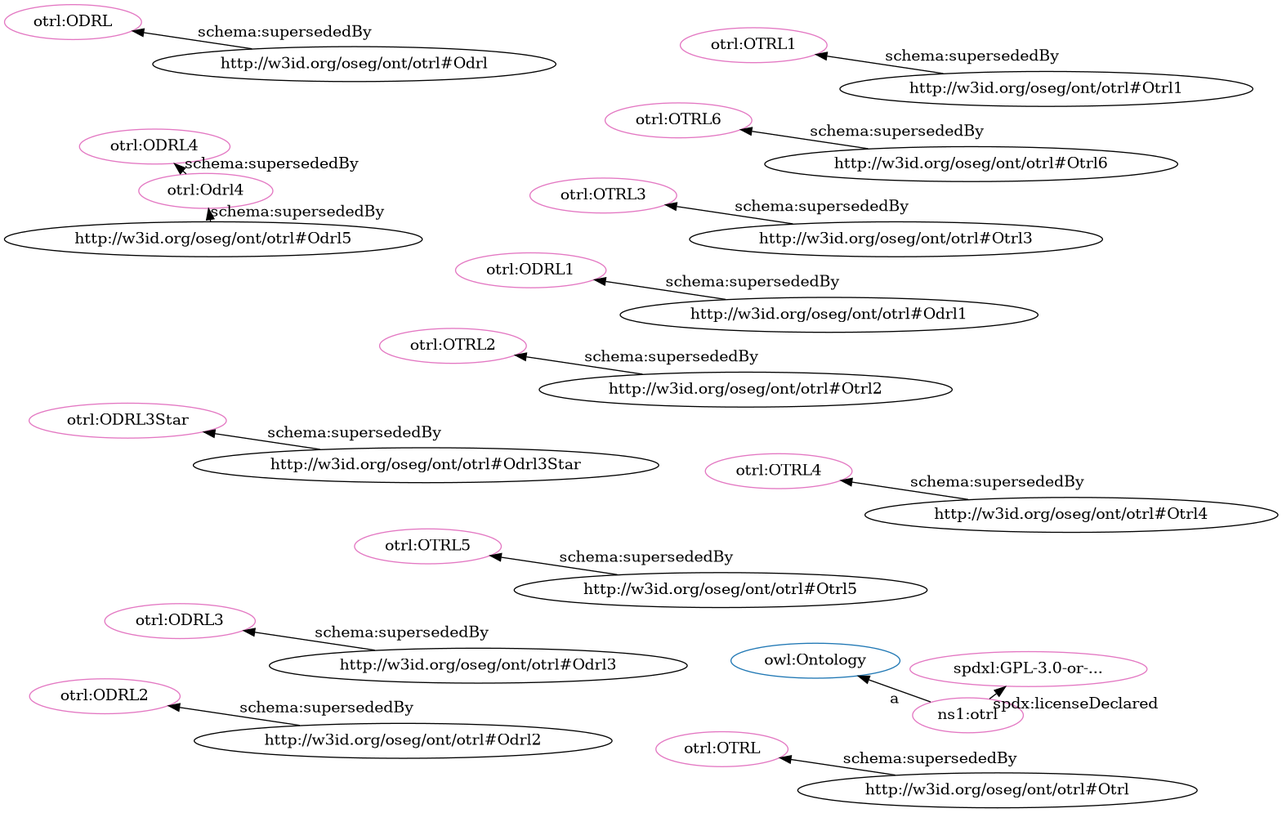
This is src/spec/fdp_otrl_deprecated.png from iop-alliance/OpenKnowHow, a Graphviz export, as it was before one commit. Its source is kept beside it as src/spec/fdp_otrl_deprecated.dot.
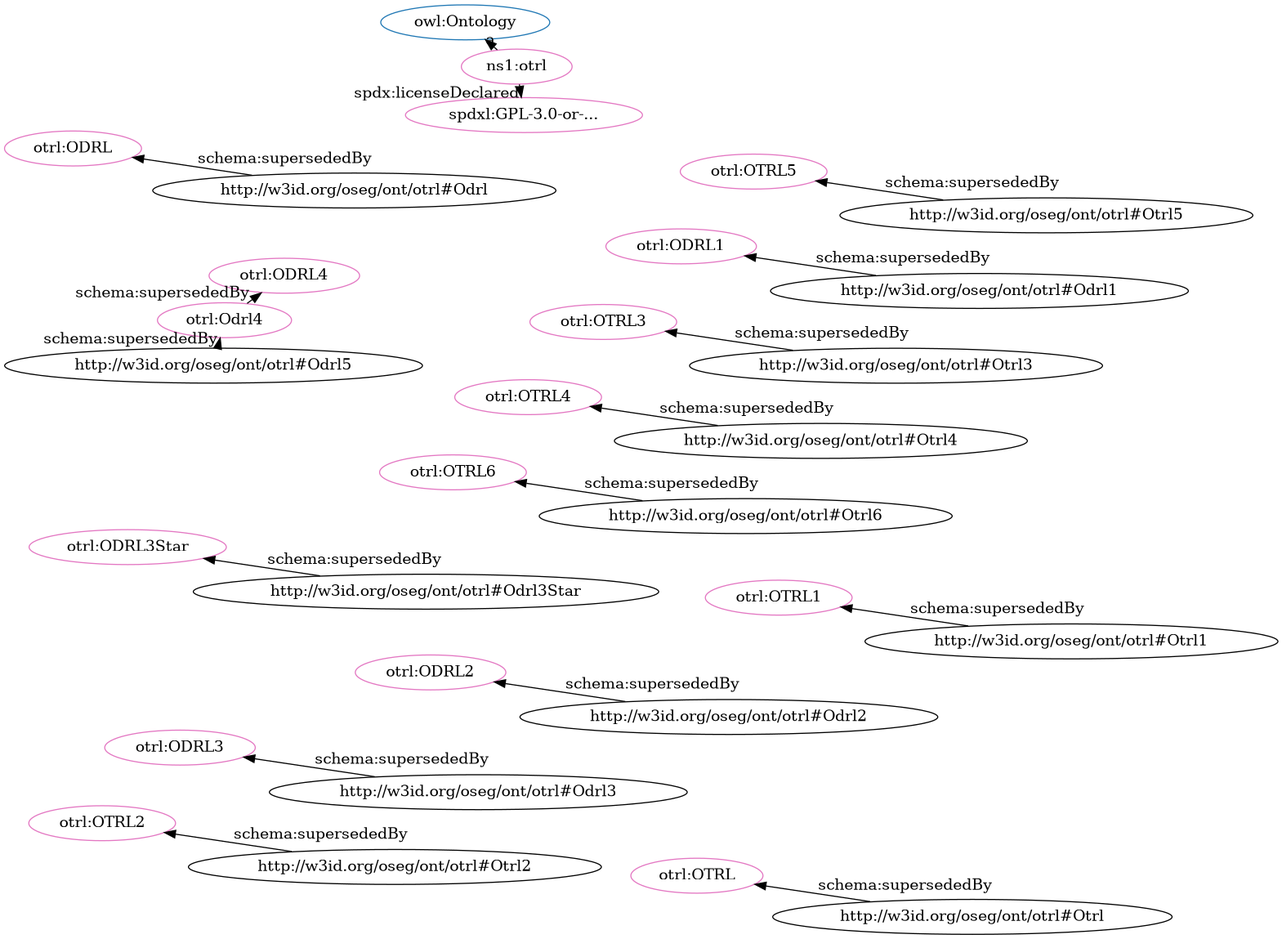
Above is the later version.

The edit, as a diff of the source:
```diff
@@ -2,36 +2,36 @@
   rankdir=BT
   node[height=.3]
 "http://www.w3.org/2002/07/owl#Ontology" [fillcolor="#1f77b4" color="#1f77b4" label="owl:Ontology"]
+"http://w3id.org/oseg/ont/otrl#ODRL3Star" [fillcolor="#e377c2" color="#e377c2" label="otrl:ODRL3Star"]
+"http://w3id.org/oseg/ont/otrl#OTRL6" [fillcolor="#e377c2" color="#e377c2" label="otrl:OTRL6"]
+"http://w3id.org/oseg/ont/otrl#OTRL4" [fillcolor="#e377c2" color="#e377c2" label="otrl:OTRL4"]
+"http://w3id.org/oseg/ont/otrl#ODRL2" [fillcolor="#e377c2" color="#e377c2" label="otrl:ODRL2"]
+"http://w3id.org/oseg/ont/otrl#Odrl4" [fillcolor="#e377c2" color="#e377c2" label="otrl:Odrl4"]
+"http://w3id.org/oseg/ont/otrl#ODRL4" [fillcolor="#e377c2" color="#e377c2" label="otrl:ODRL4"]
+"http://w3id.org/oseg/ont/otrl" [fillcolor="#e377c2" color="#e377c2" label="ns1:otrl"]
+"http://w3id.org/oseg/ont/otrl#OTRL3" [fillcolor="#e377c2" color="#e377c2" label="otrl:OTRL3"]
+"http://w3id.org/oseg/ont/otrl#ODRL1" [fillcolor="#e377c2" color="#e377c2" label="otrl:ODRL1"]
+"http://w3id.org/oseg/ont/otrl#ODRL3" [fillcolor="#e377c2" color="#e377c2" label="otrl:ODRL3"]
+"http://w3id.org/oseg/ont/otrl#OTRL5" [fillcolor="#e377c2" color="#e377c2" label="otrl:OTRL5"]
 "http://w3id.org/oseg/ont/otrl#OTRL" [fillcolor="#e377c2" color="#e377c2" label="otrl:OTRL"]
 "http://w3id.org/oseg/ont/otrl#OTRL2" [fillcolor="#e377c2" color="#e377c2" label="otrl:OTRL2"]
-"http://w3id.org/oseg/ont/otrl#ODRL1" [fillcolor="#e377c2" color="#e377c2" label="otrl:ODRL1"]
-"http://w3id.org/oseg/ont/otrl#OTRL5" [fillcolor="#e377c2" color="#e377c2" label="otrl:OTRL5"]
-"http://w3id.org/oseg/ont/otrl#OTRL3" [fillcolor="#e377c2" color="#e377c2" label="otrl:OTRL3"]
-"http://w3id.org/oseg/ont/otrl#ODRL3Star" [fillcolor="#e377c2" color="#e377c2" label="otrl:ODRL3Star"]
-"http://w3id.org/oseg/ont/otrl#OTRL6" [fillcolor="#e377c2" color="#e377c2" label="otrl:OTRL6"]
-"http://w3id.org/oseg/ont/otrl#ODRL3" [fillcolor="#e377c2" color="#e377c2" label="otrl:ODRL3"]
-"http://w3id.org/oseg/ont/otrl#ODRL4" [fillcolor="#e377c2" color="#e377c2" label="otrl:ODRL4"]
+"http://w3id.org/oseg/ont/otrl#ODRL" [fillcolor="#e377c2" color="#e377c2" label="otrl:ODRL"]
 "http://w3id.org/oseg/ont/otrl#OTRL1" [fillcolor="#e377c2" color="#e377c2" label="otrl:OTRL1"]
 "http://spdx.org/licenses/GPL-3.0-or-later" [fillcolor="#e377c2" color="#e377c2" label="spdxl:GPL-3.0-or-..."]
-"http://w3id.org/oseg/ont/otrl#Odrl4" [fillcolor="#e377c2" color="#e377c2" label="otrl:Odrl4"]
-"http://w3id.org/oseg/ont/otrl#ODRL2" [fillcolor="#e377c2" color="#e377c2" label="otrl:ODRL2"]
-"http://w3id.org/oseg/ont/otrl#OTRL4" [fillcolor="#e377c2" color="#e377c2" label="otrl:OTRL4"]
-"http://w3id.org/oseg/ont/otrl#ODRL" [fillcolor="#e377c2" color="#e377c2" label="otrl:ODRL"]
-"http://w3id.org/oseg/ont/otrl" [fillcolor="#e377c2" color="#e377c2" label="ns1:otrl"]
+  "http://w3id.org/oseg/ont/otrl#Odrl3Star" -> "http://w3id.org/oseg/ont/otrl#ODRL3Star" [label="schema:supersededBy"]
+  "http://w3id.org/oseg/ont/otrl#Otrl6" -> "http://w3id.org/oseg/ont/otrl#OTRL6" [label="schema:supersededBy"]
+  "http://w3id.org/oseg/ont/otrl#Otrl4" -> "http://w3id.org/oseg/ont/otrl#OTRL4" [label="schema:supersededBy"]
+  "http://w3id.org/oseg/ont/otrl#Odrl2" -> "http://w3id.org/oseg/ont/otrl#ODRL2" [label="schema:supersededBy"]
+  "http://w3id.org/oseg/ont/otrl#Odrl5" -> "http://w3id.org/oseg/ont/otrl#Odrl4" [label="schema:supersededBy"]
+  "http://w3id.org/oseg/ont/otrl#Odrl4" -> "http://w3id.org/oseg/ont/otrl#ODRL4" [label="schema:supersededBy"]
+  "http://w3id.org/oseg/ont/otrl" -> "http://www.w3.org/2002/07/owl#Ontology" [label="a"]
+  "http://w3id.org/oseg/ont/otrl#Otrl3" -> "http://w3id.org/oseg/ont/otrl#OTRL3" [label="schema:supersededBy"]
+  "http://w3id.org/oseg/ont/otrl#Odrl1" -> "http://w3id.org/oseg/ont/otrl#ODRL1" [label="schema:supersededBy"]
+  "http://w3id.org/oseg/ont/otrl#Odrl3" -> "http://w3id.org/oseg/ont/otrl#ODRL3" [label="schema:supersededBy"]
+  "http://w3id.org/oseg/ont/otrl#Otrl5" -> "http://w3id.org/oseg/ont/otrl#OTRL5" [label="schema:supersededBy"]
   "http://w3id.org/oseg/ont/otrl#Otrl" -> "http://w3id.org/oseg/ont/otrl#OTRL" [label="schema:supersededBy"]
   "http://w3id.org/oseg/ont/otrl#Otrl2" -> "http://w3id.org/oseg/ont/otrl#OTRL2" [label="schema:supersededBy"]
-  "http://w3id.org/oseg/ont/otrl#Odrl1" -> "http://w3id.org/oseg/ont/otrl#ODRL1" [label="schema:supersededBy"]
-  "http://w3id.org/oseg/ont/otrl#Otrl5" -> "http://w3id.org/oseg/ont/otrl#OTRL5" [label="schema:supersededBy"]
-  "http://w3id.org/oseg/ont/otrl#Otrl3" -> "http://w3id.org/oseg/ont/otrl#OTRL3" [label="schema:supersededBy"]
-  "http://w3id.org/oseg/ont/otrl#Otrl6" -> "http://w3id.org/oseg/ont/otrl#OTRL6" [label="schema:supersededBy"]
-  "http://w3id.org/oseg/ont/otrl" -> "http://www.w3.org/2002/07/owl#Ontology" [label="a"]
-  "http://w3id.org/oseg/ont/otrl#Odrl3" -> "http://w3id.org/oseg/ont/otrl#ODRL3" [label="schema:supersededBy"]
-  "http://w3id.org/oseg/ont/otrl#Odrl4" -> "http://w3id.org/oseg/ont/otrl#ODRL4" [label="schema:supersededBy"]
+  "http://w3id.org/oseg/ont/otrl#Odrl" -> "http://w3id.org/oseg/ont/otrl#ODRL" [label="schema:supersededBy"]
+  "http://w3id.org/oseg/ont/otrl#Otrl1" -> "http://w3id.org/oseg/ont/otrl#OTRL1" [label="schema:supersededBy"]
   "http://w3id.org/oseg/ont/otrl" -> "http://spdx.org/licenses/GPL-3.0-or-later" [label="spdx:licenseDeclared"]
-  "http://w3id.org/oseg/ont/otrl#Odrl5" -> "http://w3id.org/oseg/ont/otrl#Odrl4" [label="schema:supersededBy"]
-  "http://w3id.org/oseg/ont/otrl#Odrl2" -> "http://w3id.org/oseg/ont/otrl#ODRL2" [label="schema:supersededBy"]
-  "http://w3id.org/oseg/ont/otrl#Otrl4" -> "http://w3id.org/oseg/ont/otrl#OTRL4" [label="schema:supersededBy"]
-  "http://w3id.org/oseg/ont/otrl#Odrl" -> "http://w3id.org/oseg/ont/otrl#ODRL" [label="schema:supersededBy"]
-  "http://w3id.org/oseg/ont/otrl#Odrl3Star" -> "http://w3id.org/oseg/ont/otrl#ODRL3Star" [label="schema:supersededBy"]
-  "http://w3id.org/oseg/ont/otrl#Otrl1" -> "http://w3id.org/oseg/ont/otrl#OTRL1" [label="schema:supersededBy"]
 }
```
